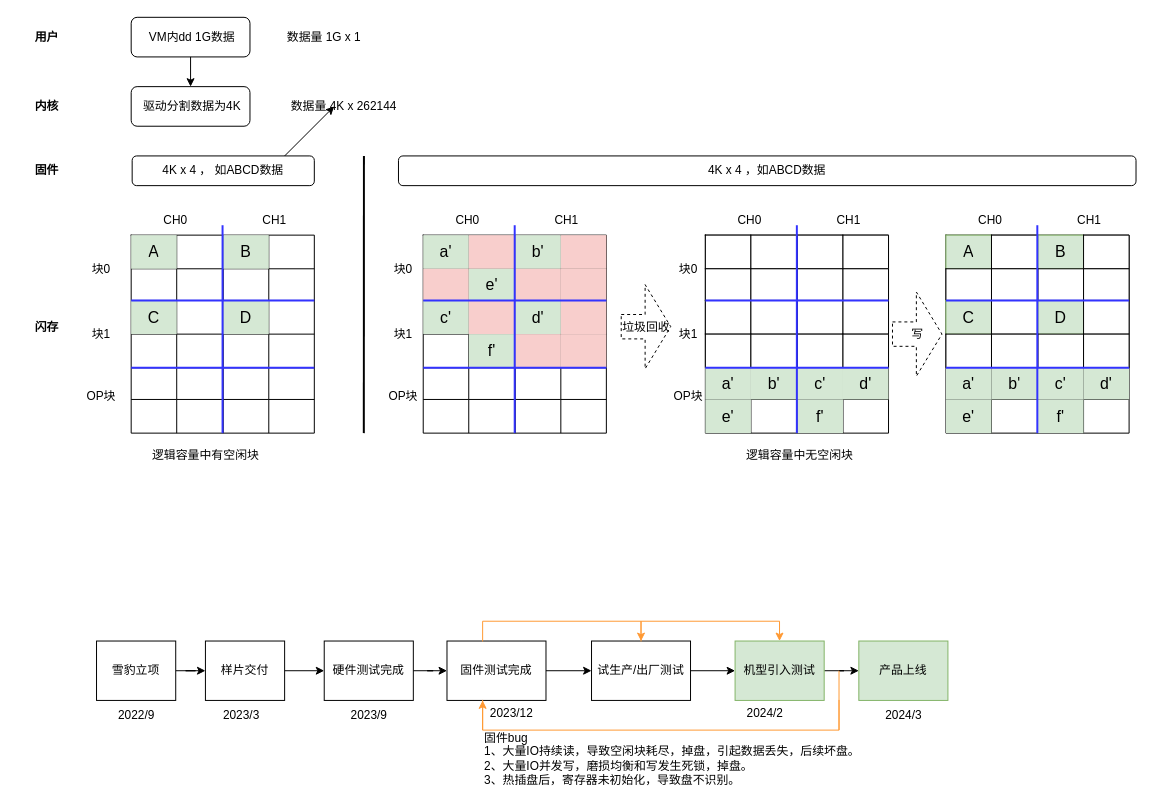
Before: 未命名绘图.drawio in guiyaoer/learn-kvm, a draw.io diagram. Source tidied: cells renumbered, new cells numbered last; positions are measured from the earlier drawing's top-left corner, leaving out a move shared by most shapes. Both pictures are drawn from the tidied source at 99%, with x=0, y=0 at pixel (17, 17).
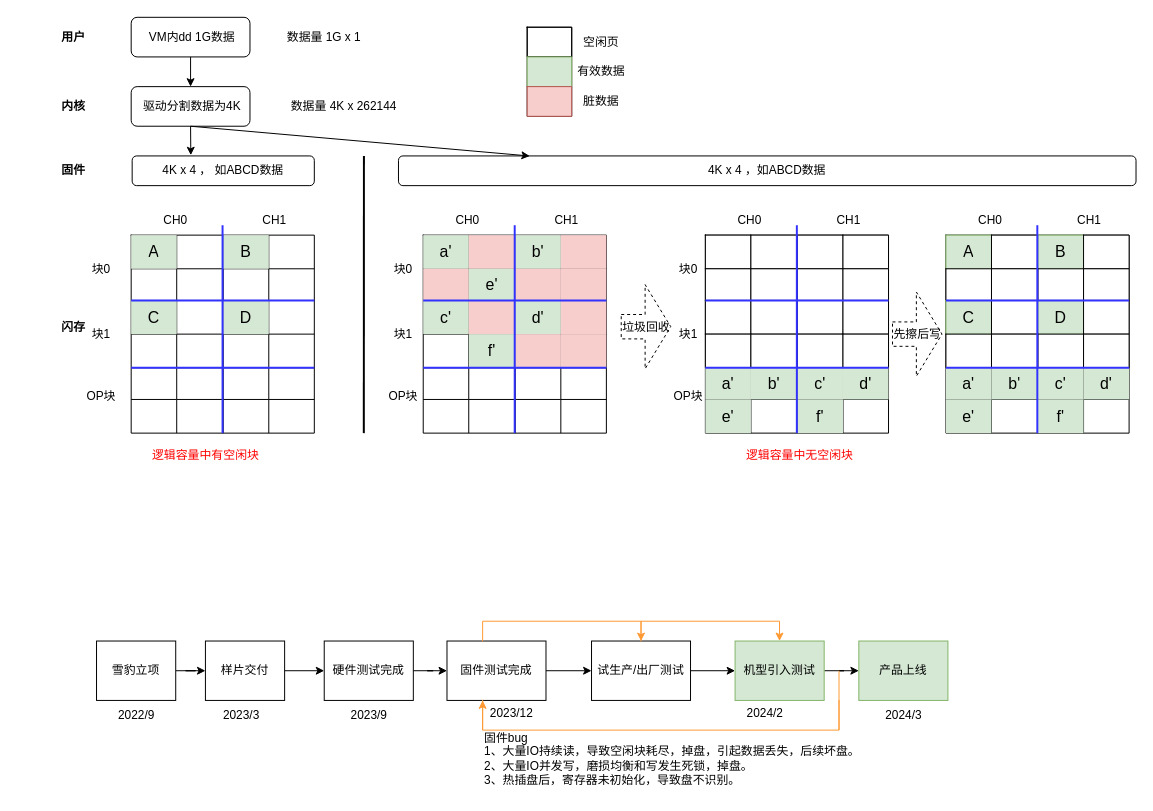
The same diagram, later.

Commit message:
更新未命名绘图.drawio

The change refers to these unchanged cells:
```xml
<mxCell id="33" value="&amp;nbsp;驱动分割数据为4K" style="rounded=1;whiteSpace=wrap;html=1;" parent="1" vertex="1">
  <mxGeometry x="115" y="70" width="120" height="40" as="geometry" />
</mxCell>
<mxCell id="36" value="4K x 4 ， 如ABCD数据" style="rounded=1;whiteSpace=wrap;html=1;" parent="1" vertex="1">
  <mxGeometry x="116" y="140" width="184" height="30" as="geometry" />
</mxCell>
<mxCell id="193" value="4K x 4 ，如ABCD数据" style="rounded=1;whiteSpace=wrap;html=1;" parent="1" vertex="1">
  <mxGeometry x="385" y="140" width="745" height="30" as="geometry" />
</mxCell>
```

The edit, as a diff of the source:
```diff
@@
     <mxCell id="30" value="用户" style="text;html=1;align=center;verticalAlign=middle;whiteSpace=wrap;rounded=0;fontStyle=1;" parent="1" vertex="1">
-      <mxGeometry y="7.5" width="60" height="25" as="geometry" />
+      <mxGeometry x="27" y="7.5" width="60" height="25" as="geometry" />
     </mxCell>
@@
     <mxCell id="32" value="内核" style="text;html=1;align=center;verticalAlign=middle;whiteSpace=wrap;rounded=0;fontStyle=1;" parent="1" vertex="1">
-      <mxGeometry y="75" width="60" height="30" as="geometry" />
+      <mxGeometry x="27" y="75" width="60" height="30" as="geometry" />
     </mxCell>
@@
     <mxCell id="35" value="固件" style="text;html=1;align=center;verticalAlign=middle;whiteSpace=wrap;rounded=0;fontStyle=1;" parent="1" vertex="1">
-      <mxGeometry y="140" width="60" height="30" as="geometry" />
+      <mxGeometry x="27" y="140" width="60" height="30" as="geometry" />
     </mxCell>
@@
-    <mxCell id="192" value="写" style="html=1;shadow=0;dashed=1;align=center;verticalAlign=middle;shape=mxgraph.arrows2.arrow;dy=0.71;dx=25.87;notch=0;" parent="1" vertex="1">
+    <mxCell id="192" value="先擦后写" style="html=1;shadow=0;dashed=1;align=center;verticalAlign=middle;shape=mxgraph.arrows2.arrow;dy=0.71;dx=25.87;notch=0;" parent="1" vertex="1">
       <mxGeometry x="884" y="277.5" width="50" height="85" as="geometry" />
     </mxCell>
@@
-    <mxCell id="194" value="逻辑容量中有空闲块" style="text;html=1;align=center;verticalAlign=middle;strokeColor=none;fillColor=none;" parent="1" vertex="1">
+    <mxCell id="194" value="&lt;font style=&quot;color: rgb(255, 0, 0);&quot;&gt;逻辑容量中有空闲块&lt;/font&gt;" style="text;html=1;align=center;verticalAlign=middle;strokeColor=none;fillColor=none;" parent="1" vertex="1">
       <mxGeometry x="125" y="428" width="130" height="30" as="geometry" />
     </mxCell>
-    <mxCell id="195" value="逻辑容量中无空闲块" style="text;html=1;align=center;verticalAlign=middle;strokeColor=none;fillColor=none;" parent="1" vertex="1">
+    <mxCell id="195" value="&lt;font style=&quot;color: rgb(255, 0, 0);&quot;&gt;逻辑容量中无空闲块&lt;/font&gt;" style="text;html=1;align=center;verticalAlign=middle;strokeColor=none;fillColor=none;" parent="1" vertex="1">
       <mxGeometry x="725" y="428" width="130" height="30" as="geometry" />
     </mxCell>
     <mxCell id="196" value="闪存" style="text;html=1;align=center;verticalAlign=middle;whiteSpace=wrap;rounded=0;fontStyle=1;" parent="1" vertex="1">
-      <mxGeometry y="297.5" width="60" height="30" as="geometry" />
+      <mxGeometry x="27" y="297.5" width="60" height="30" as="geometry" />
     </mxCell>
@@
-    <mxCell id="198" style="endArrow=classic;html=1;rounded=0;" parent="1" edge="1">
-      <mxGeometry relative="1" as="geometry">
-        <mxPoint x="270" y="140" as="sourcePoint" />
-        <mxPoint x="320" y="90" as="targetPoint" />
-      </mxGeometry>
+    <mxCell id="198" style="endArrow=classic;html=1;rounded=0;exitX=0.5;exitY=1;exitDx=0;exitDy=0;entryX=0.322;entryY=-0.025;entryDx=0;entryDy=0;entryPerimeter=0;" parent="1" edge="1" source="33" target="36">
+      <mxGeometry relative="1" as="geometry" />
     </mxCell>
+    <mxCell id="199" style="endArrow=classic;html=1;rounded=0;exitX=0.5;exitY=1;exitDx=0;exitDy=0;entryX=0.178;entryY=0.003;entryDx=0;entryDy=0;entryPerimeter=0;" parent="1" edge="1" source="33" target="193">
+      <mxGeometry relative="1" as="geometry" />
+    </mxCell>
+    <mxCell id="200" style="shape=table;startSize=0;childLayout=tableLayout;fontSize=16;" parent="1" vertex="1">
+      <mxGeometry x="515" y="10" width="45" height="90" as="geometry" />
+    </mxCell>
+    <mxCell id="201" style="shape=tableRow;horizontal=0;startSize=0;swimlaneHead=0;swimlaneBody=0;strokeColor=inherit;top=0;left=0;bottom=0;right=0;fillColor=none;fontSize=16;" parent="200" vertex="1">
+      <mxGeometry width="45" height="30" as="geometry" />
+    </mxCell>
+    <mxCell id="202" style="shape=partialRectangle;html=1;whiteSpace=wrap;strokeColor=inherit;overflow=hidden;fillColor=none;top=1;left=1;bottom=1;right=1;fontSize=12;" parent="201" vertex="1">
+      <mxGeometry width="45" height="30" as="geometry" />
+    </mxCell>
+    <mxCell id="203" style="shape=tableRow;horizontal=0;startSize=0;swimlaneHead=0;swimlaneBody=0;strokeColor=inherit;top=0;left=0;bottom=0;right=0;fillColor=none;fontSize=16;" parent="200" vertex="1">
+      <mxGeometry y="30" width="45" height="30" as="geometry" />
+    </mxCell>
+    <mxCell id="204" style="shape=partialRectangle;html=1;whiteSpace=wrap;strokeColor=#82b366;overflow=hidden;fillColor=#d5e8d4;top=1;left=1;bottom=1;right=1;fontSize=11;" parent="203" vertex="1">
+      <mxGeometry width="45" height="30" as="geometry" />
+    </mxCell>
+    <mxCell id="205" style="shape=tableRow;horizontal=0;startSize=0;swimlaneHead=0;swimlaneBody=0;strokeColor=inherit;top=0;left=0;bottom=0;right=0;fillColor=none;fontSize=16;" parent="200" vertex="1">
+      <mxGeometry y="60" width="45" height="30" as="geometry" />
+    </mxCell>
+    <mxCell id="206" style="shape=partialRectangle;html=1;whiteSpace=wrap;strokeColor=#b85450;overflow=hidden;fillColor=#f8cecc;top=1;left=1;bottom=1;right=1;fontSize=16;" parent="205" vertex="1">
+      <mxGeometry width="45" height="30" as="geometry" />
+    </mxCell>
+    <mxCell id="207" value="空闲页" style="text;html=1;align=center;verticalAlign=middle;whiteSpace=wrap;rounded=0;" parent="1" vertex="1">
+      <mxGeometry x="560" y="10" width="60" height="30" as="geometry" />
+    </mxCell>
+    <mxCell id="208" value="有效数据" style="text;html=1;align=center;verticalAlign=middle;whiteSpace=wrap;rounded=0;" parent="1" vertex="1">
+      <mxGeometry x="560" y="40" width="60" height="30" as="geometry" />
+    </mxCell>
+    <mxCell id="209" value="脏数据" style="text;html=1;align=center;verticalAlign=middle;whiteSpace=wrap;rounded=0;" parent="1" vertex="1">
+      <mxGeometry x="560" y="70" width="60" height="30" as="geometry" />
+    </mxCell>
```
